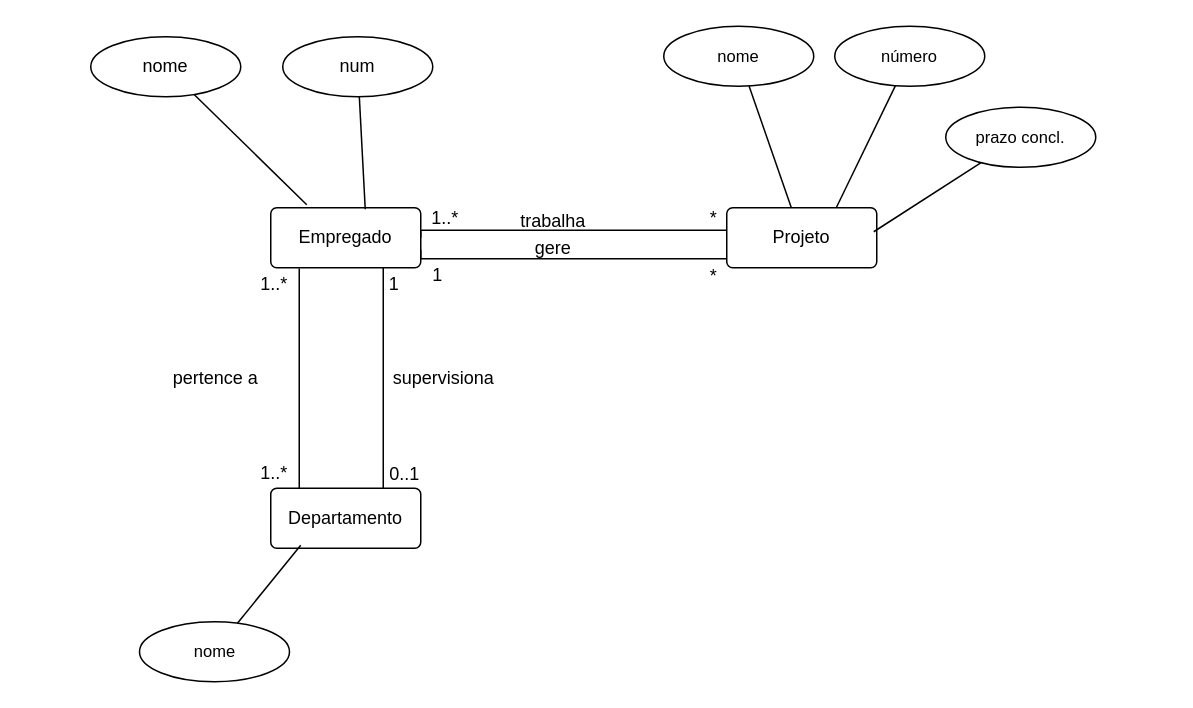
Before: Diagrama sem nome.drawio in jbbernardo7/Databases, a draw.io diagram. Source tidied: cells renumbered, new cells numbered last; positions are measured from the earlier drawing's top-left corner, leaving out a move shared by most shapes. Both pictures are drawn from the tidied source at 150%, with x=0, y=0 at pixel (90, 26).
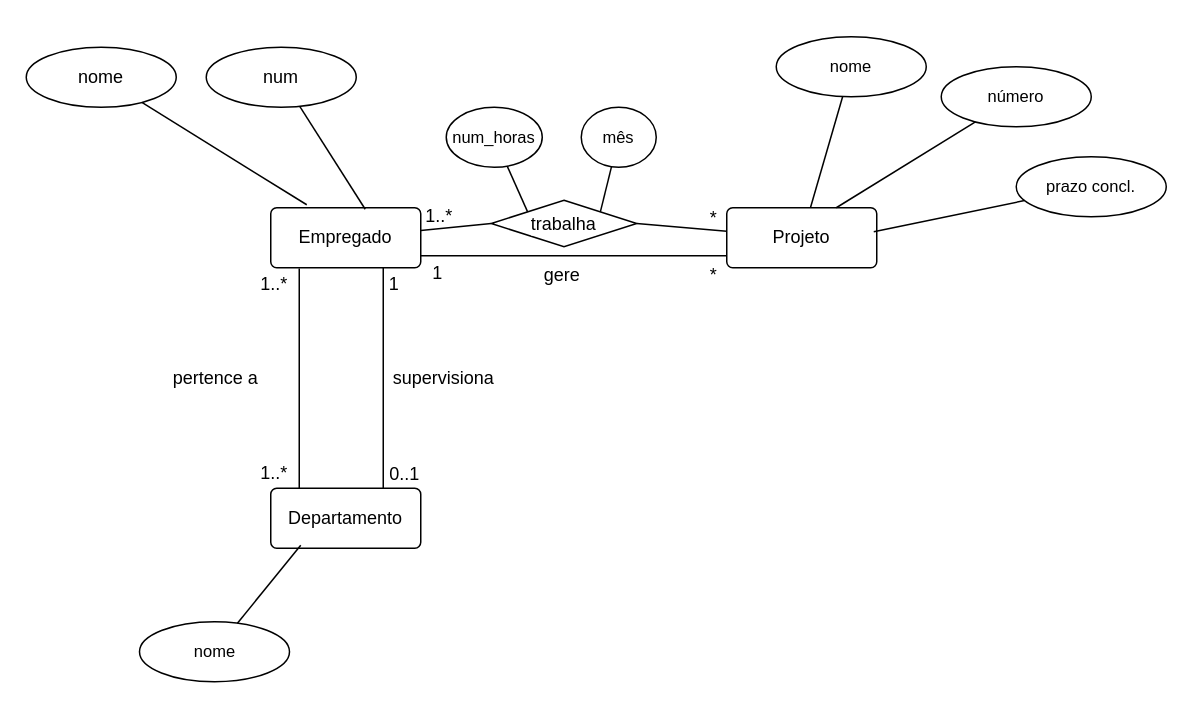
Above is the later version.

The change refers to these unchanged cells:
```xml
<mxCell id="6" value="Empregado" style="rounded=1;arcSize=10;whiteSpace=wrap;html=1;align=center;" parent="1" vertex="1">
  <mxGeometry x="120" y="121" width="100" height="40" as="geometry" />
</mxCell>
<mxCell id="7" value="Projeto" style="rounded=1;arcSize=10;whiteSpace=wrap;html=1;align=center;" parent="1" vertex="1">
  <mxGeometry x="424" y="121" width="100" height="40" as="geometry" />
</mxCell>
```

Diff of the diagram source:
```diff
@@
-    <mxCell id="3" style="edgeStyle=orthogonalEdgeStyle;rounded=0;jettySize=auto;html=1;exitX=1;exitY=0.5;exitDx=0;exitDy=0;endArrow=none;endFill=0;" parent="1" edge="1" source="6" target="7">
-      <mxGeometry relative="1" as="geometry">
-        <Array as="points">
-          <mxPoint x="220" y="136" />
-        </Array>
-      </mxGeometry>
-    </mxCell>
-    <mxCell id="4" style="edgeStyle=orthogonalEdgeStyle;rounded=0;orthogonalLoop=1;jettySize=auto;html=1;exitX=1;exitY=0.75;exitDx=0;exitDy=0;entryX=0;entryY=0.75;entryDx=0;entryDy=0;endArrow=none;endFill=0;" parent="1" edge="1">
-      <mxGeometry relative="1" as="geometry">
-        <mxPoint x="220" y="149" as="sourcePoint" />
-        <mxPoint x="424" y="149" as="targetPoint" />
-        <Array as="points">
-          <mxPoint x="220" y="155" />
-          <mxPoint x="424" y="155" />
-        </Array>
-      </mxGeometry>
-    </mxCell>
@@
+    <mxCell id="33" style="edgeStyle=none;rounded=0;orthogonalLoop=1;jettySize=auto;html=1;strokeColor=default;align=center;verticalAlign=middle;fontFamily=Helvetica;fontSize=11;fontColor=default;labelBackgroundColor=default;endArrow=none;endFill=0;" parent="1" edge="1">
+      <mxGeometry relative="1" as="geometry">
+        <mxPoint x="220" y="153" as="sourcePoint" />
+        <mxPoint x="424" y="153" as="targetPoint" />
+      </mxGeometry>
+    </mxCell>
@@
+    <mxCell id="34" style="edgeStyle=none;rounded=0;jettySize=auto;html=1;entryX=1;entryY=0.5;entryDx=0;entryDy=0;strokeColor=default;align=center;verticalAlign=middle;fontFamily=Helvetica;fontSize=11;fontColor=default;labelBackgroundColor=default;endArrow=none;endFill=0;" parent="1" edge="1" source="7" target="13">
+      <mxGeometry relative="1" as="geometry" />
+    </mxCell>
@@
     <mxCell id="11" value="1..*" style="text;html=1;align=center;verticalAlign=middle;strokeColor=none;fillColor=none;" parent="1" vertex="1">
-      <mxGeometry x="218" y="115" width="36" height="26" as="geometry" />
+      <mxGeometry x="214" y="114" width="36" height="26" as="geometry" />
     </mxCell>
@@
-    <mxCell id="13" value="trabalha" style="text;html=1;align=center;verticalAlign=middle;points=[];strokeColor=none;fillColor=none;" parent="1" vertex="1">
-      <mxGeometry x="277" y="117" width="61" height="26" as="geometry" />
-    </mxCell>
@@
     <mxCell id="15" value="gere" style="text;html=1;align=center;verticalAlign=middle;strokeColor=none;fillColor=none;" parent="1" vertex="1">
-      <mxGeometry x="286.5" y="135" width="42" height="26" as="geometry" />
+      <mxGeometry x="292.5" y="153" width="42" height="26" as="geometry" />
     </mxCell>
     <mxCell id="16" value="1" style="text;html=1;align=center;verticalAlign=middle;strokeColor=none;fillColor=none;" parent="1" vertex="1">
-      <mxGeometry x="218" y="153" width="25" height="26" as="geometry" />
+      <mxGeometry x="218" y="152" width="25" height="26" as="geometry" />
     </mxCell>
@@
     <mxCell id="19" value="*" style="text;html=1;align=center;verticalAlign=middle;strokeColor=none;fillColor=none;" parent="1" vertex="1">
-      <mxGeometry x="403" y="154" width="23" height="26" as="geometry" />
+      <mxGeometry x="403" y="153" width="23" height="26" as="geometry" />
     </mxCell>
@@
     <mxCell id="21" value="nome" style="ellipse;whiteSpace=wrap;html=1;align=center;" parent="1" vertex="1">
-      <mxGeometry y="7" width="100" height="40" as="geometry" />
+      <mxGeometry x="-43" y="14" width="100" height="40" as="geometry" />
     </mxCell>
     <mxCell id="22" value="num" style="ellipse;whiteSpace=wrap;html=1;align=center;" parent="1" vertex="1">
-      <mxGeometry x="128" y="7" width="100" height="40" as="geometry" />
+      <mxGeometry x="77" y="14" width="100" height="40" as="geometry" />
     </mxCell>
@@
     <mxCell id="26" value="nome" style="ellipse;whiteSpace=wrap;html=1;align=center;fontFamily=Helvetica;fontSize=11;fontColor=default;labelBackgroundColor=default;" parent="1" vertex="1">
-      <mxGeometry x="382" width="100" height="40" as="geometry" />
+      <mxGeometry x="457" y="7" width="100" height="40" as="geometry" />
     </mxCell>
     <mxCell id="27" value="número" style="ellipse;whiteSpace=wrap;html=1;align=center;fontFamily=Helvetica;fontSize=11;fontColor=default;labelBackgroundColor=default;" parent="1" vertex="1">
-      <mxGeometry x="496" width="100" height="40" as="geometry" />
+      <mxGeometry x="567" y="27" width="100" height="40" as="geometry" />
     </mxCell>
@@
     <mxCell id="29" value="prazo concl." style="ellipse;whiteSpace=wrap;html=1;align=center;fontFamily=Helvetica;fontSize=11;fontColor=default;labelBackgroundColor=default;" parent="1" vertex="1">
-      <mxGeometry x="570" y="54" width="100" height="40" as="geometry" />
+      <mxGeometry x="617" y="87" width="100" height="40" as="geometry" />
     </mxCell>
@@
+    <mxCell id="35" style="edgeStyle=none;rounded=0;jettySize=auto;html=1;exitX=0;exitY=0.5;exitDx=0;exitDy=0;strokeColor=default;align=center;verticalAlign=middle;fontFamily=Helvetica;fontSize=11;fontColor=default;labelBackgroundColor=default;endArrow=none;endFill=0;" parent="1" edge="1" source="13" target="6">
+      <mxGeometry relative="1" as="geometry" />
+    </mxCell>
+    <mxCell id="13" value="trabalha" style="shape=rhombus;perimeter=rhombusPerimeter;whiteSpace=wrap;html=1;align=center;fontFamily=Helvetica;fontSize=12;fontColor=default;labelBackgroundColor=default;" parent="1" vertex="1">
+      <mxGeometry x="267" y="116" width="97" height="31" as="geometry" />
+    </mxCell>
+    <mxCell id="36" style="edgeStyle=none;rounded=0;jettySize=auto;html=1;entryX=0;entryY=0;entryDx=0;entryDy=0;strokeColor=default;align=center;verticalAlign=middle;fontFamily=Helvetica;fontSize=11;fontColor=default;labelBackgroundColor=default;endArrow=none;endFill=0;" parent="1" edge="1" source="37" target="13">
+      <mxGeometry relative="1" as="geometry" />
+    </mxCell>
+    <mxCell id="37" value="num_horas" style="ellipse;whiteSpace=wrap;html=1;align=center;fontFamily=Helvetica;fontSize=11;fontColor=default;labelBackgroundColor=default;" parent="1" vertex="1">
+      <mxGeometry x="237" y="54" width="64" height="40" as="geometry" />
+    </mxCell>
+    <mxCell id="38" style="edgeStyle=none;rounded=0;jettySize=auto;html=1;entryX=1;entryY=0;entryDx=0;entryDy=0;strokeColor=default;align=center;verticalAlign=middle;fontFamily=Helvetica;fontSize=11;fontColor=default;labelBackgroundColor=default;endArrow=none;endFill=0;" parent="1" edge="1" source="39" target="13">
+      <mxGeometry relative="1" as="geometry" />
+    </mxCell>
+    <mxCell id="39" value="mês" style="ellipse;whiteSpace=wrap;html=1;fontFamily=Helvetica;fontSize=11;fontColor=default;labelBackgroundColor=default;" parent="1" vertex="1">
+      <mxGeometry x="327" y="54" width="50" height="40" as="geometry" />
+    </mxCell>
```
